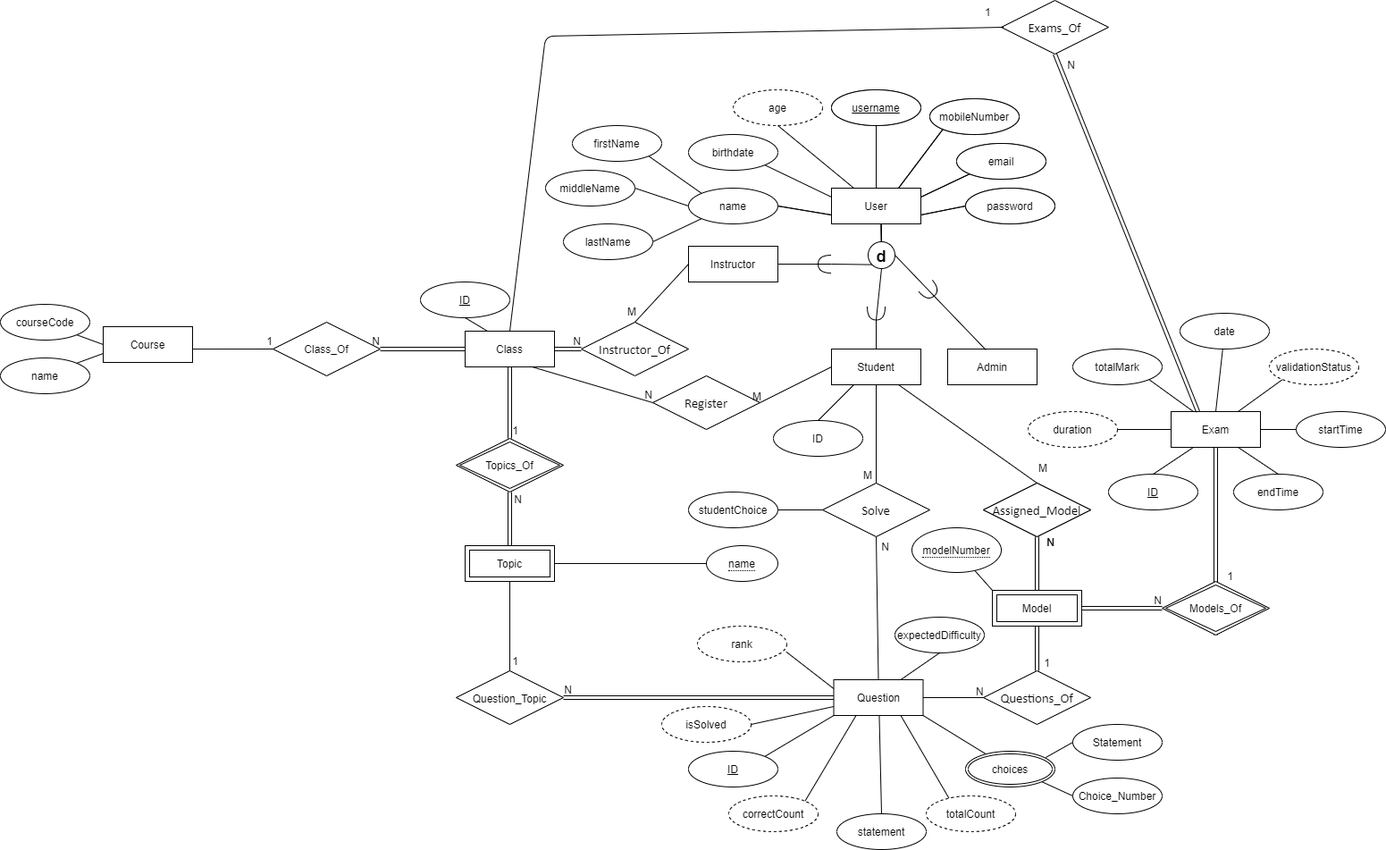
The draw.io diagram Database Design/ERD.png in aymanred121/Examination-Management-System, before a commit. Source tidied: cells renumbered, new cells last; positions are measured from the earlier drawing's top-left corner, leaving out a move shared by most shapes.
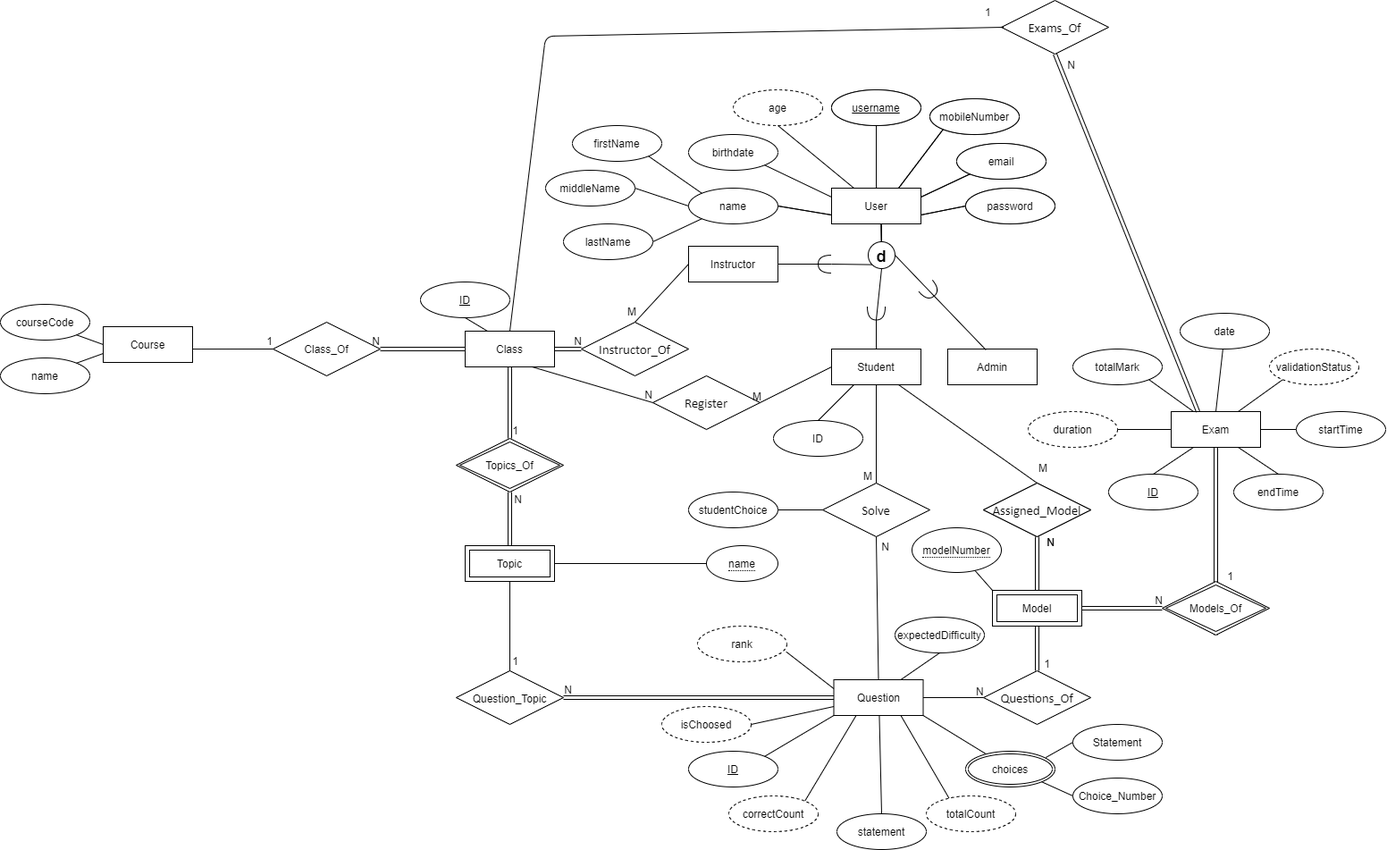
After the change.

Change to the diagram source:
```diff
@@ -469,7 +469,7 @@
     <mxCell id="142" value="totalCount" style="ellipse;whiteSpace=wrap;html=1;align=center;dashed=1;" parent="1" vertex="1">
       <mxGeometry x="1036" y="890" width="100" height="40" as="geometry" />
     </mxCell>
-    <mxCell id="143" value="isSolved" style="ellipse;whiteSpace=wrap;html=1;align=center;dashed=1;" parent="1" vertex="1">
+    <mxCell id="143" value="isChoosed" style="ellipse;whiteSpace=wrap;html=1;align=center;dashed=1;" parent="1" vertex="1">
       <mxGeometry x="740" y="790" width="100" height="40" as="geometry" />
     </mxCell>
     <mxCell id="144" style="endArrow=none;html=1;entryX=0;entryY=0.75;entryDx=0;entryDy=0;exitX=1;exitY=0.5;exitDx=0;exitDy=0;" parent="1" edge="1" source="143" target="51">
```
